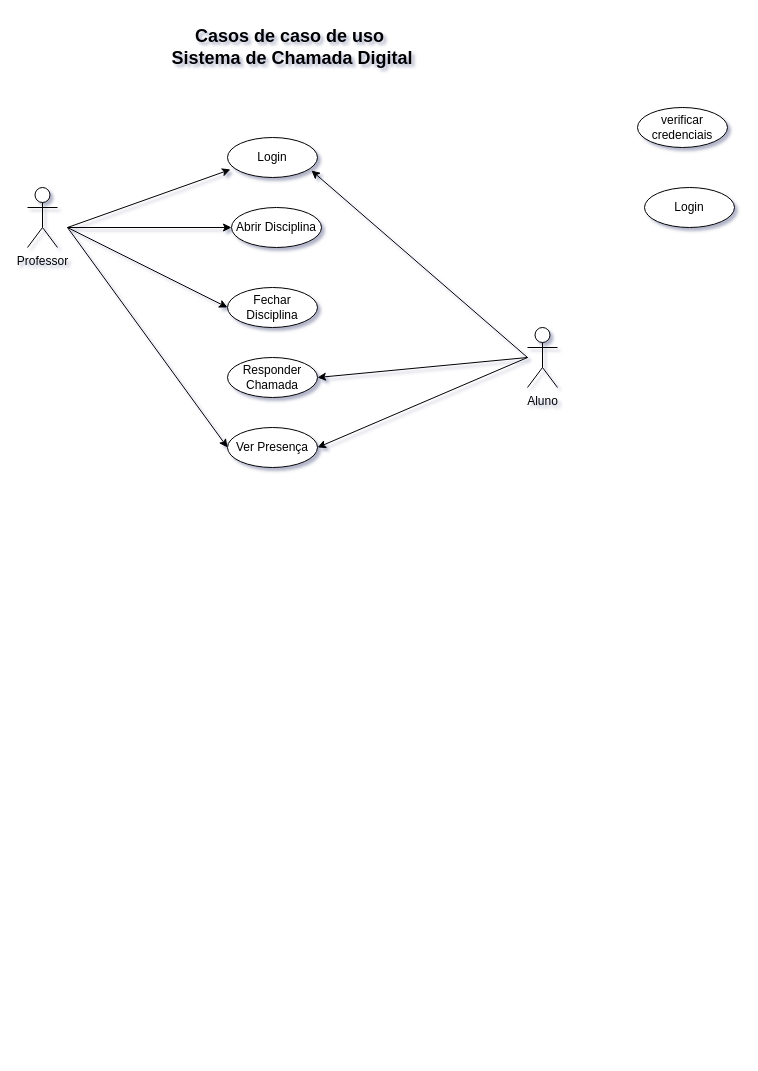
JeffersonHlc/Arq-de-Soft-II keeps this draw.io diagram as UsoDeCasoChamadaDigital.drawio. Above is the earlier version. Source tidied: cells renumbered, new cells numbered last; positions are measured from the earlier drawing's top-left corner, leaving out a move shared by most shapes. Both pictures are drawn from the tidied source at 100%, with x=0, y=0 at pixel (27, 17).
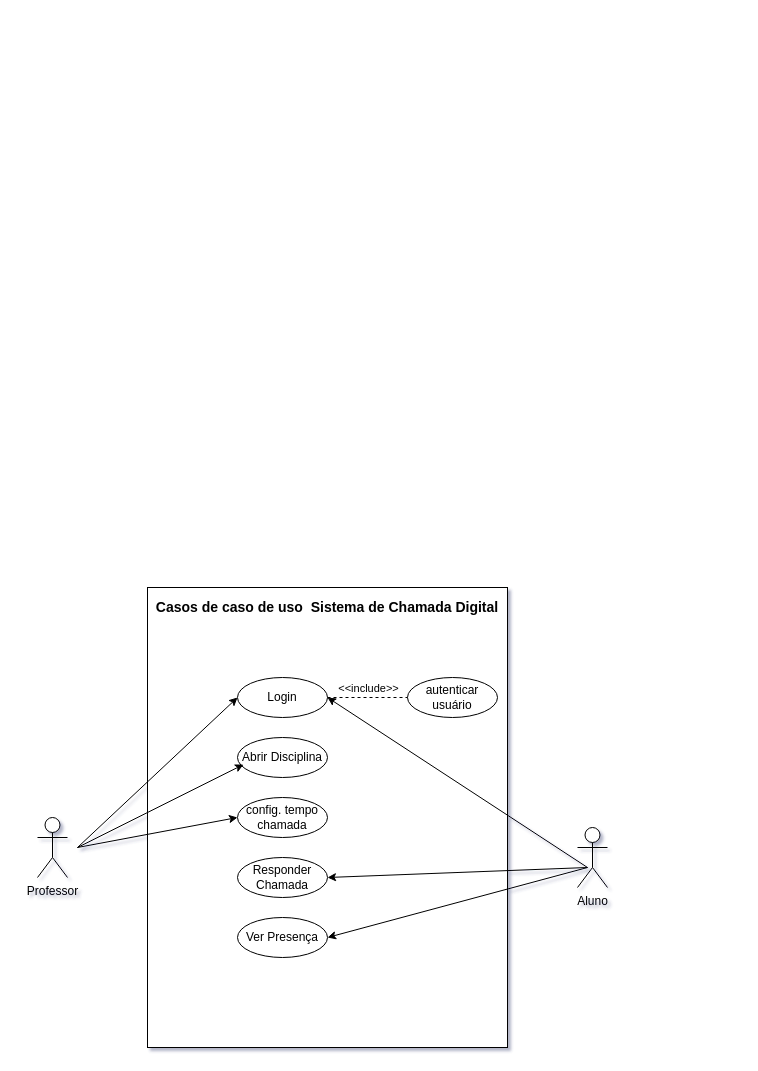
After the change.

What changed in the source:
```diff
@@
     <mxCell id="2" value="Professor" style="shape=umlActor;verticalLabelPosition=bottom;verticalAlign=top;html=1;" parent="1" vertex="1">
-      <mxGeometry y="170" width="30" height="60" as="geometry" />
+      <mxGeometry x="10" y="800" width="30" height="60" as="geometry" />
     </mxCell>
     <mxCell id="3" value="Aluno" style="shape=umlActor;verticalLabelPosition=bottom;verticalAlign=top;html=1;" parent="1" vertex="1">
-      <mxGeometry x="500" y="310" width="30" height="60" as="geometry" />
+      <mxGeometry x="550" y="810" width="30" height="60" as="geometry" />
     </mxCell>
-    <mxCell id="4" value="Login" style="ellipse;whiteSpace=wrap;html=1;" parent="1" vertex="1">
-      <mxGeometry x="200" y="120" width="90" height="40" as="geometry" />
-    </mxCell>
+    <mxCell id="19" style="rounded=0;whiteSpace=wrap;html=1;" parent="1" vertex="1">
+      <mxGeometry x="120" y="570" width="360" height="460" as="geometry" />
+    </mxCell>
+    <mxCell id="20" value="Login" style="ellipse;whiteSpace=wrap;html=1;" parent="1" vertex="1">
+      <mxGeometry x="210" y="660" width="90" height="40" as="geometry" />
+    </mxCell>
     <mxCell id="5" value="Abrir Disciplina" style="ellipse;whiteSpace=wrap;html=1;" parent="1" vertex="1">
-      <mxGeometry x="204" y="190" width="90" height="40" as="geometry" />
+      <mxGeometry x="210" y="720" width="90" height="40" as="geometry" />
     </mxCell>
-    <mxCell id="6" value="Fechar Disciplina" style="ellipse;whiteSpace=wrap;html=1;" parent="1" vertex="1">
-      <mxGeometry x="200" y="270" width="90" height="40" as="geometry" />
-    </mxCell>
+    <mxCell id="21" value="config. tempo chamada" style="ellipse;whiteSpace=wrap;html=1;" parent="1" vertex="1">
+      <mxGeometry x="210" y="780" width="90" height="40" as="geometry" />
+    </mxCell>
     <mxCell id="7" value="Responder Chamada" style="ellipse;whiteSpace=wrap;html=1;" parent="1" vertex="1">
-      <mxGeometry x="200" y="340" width="90" height="40" as="geometry" />
+      <mxGeometry x="210" y="840" width="90" height="40" as="geometry" />
     </mxCell>
     <mxCell id="8" value="Ver Presença" style="ellipse;whiteSpace=wrap;html=1;" parent="1" vertex="1">
-      <mxGeometry x="200" y="410" width="90" height="40" as="geometry" />
+      <mxGeometry x="210" y="900" width="90" height="40" as="geometry" />
     </mxCell>
-    <mxCell id="9" style="endArrow=classic;html=1;rounded=0;entryX=0.033;entryY=0.8;entryDx=0;entryDy=0;entryPerimeter=0;" parent="1" edge="1" target="4">
-      <mxGeometry relative="1" as="geometry">
-        <mxPoint x="40" y="210" as="sourcePoint" />
-      </mxGeometry>
-    </mxCell>
-    <mxCell id="10" style="endArrow=classic;html=1;rounded=0;entryX=0;entryY=0.5;entryDx=0;entryDy=0;" parent="1" edge="1" target="5">
-      <mxGeometry relative="1" as="geometry">
-        <mxPoint x="40" y="210" as="sourcePoint" />
-      </mxGeometry>
-    </mxCell>
-    <mxCell id="11" style="endArrow=classic;html=1;rounded=0;entryX=0;entryY=0.5;entryDx=0;entryDy=0;" parent="1" edge="1" target="6">
-      <mxGeometry relative="1" as="geometry">
-        <mxPoint x="40" y="210" as="sourcePoint" />
-      </mxGeometry>
-    </mxCell>
-    <mxCell id="12" style="endArrow=classic;html=1;rounded=0;entryX=0;entryY=0.5;entryDx=0;entryDy=0;" parent="1" edge="1" target="8">
-      <mxGeometry relative="1" as="geometry">
-        <mxPoint x="40" y="210" as="sourcePoint" />
-      </mxGeometry>
-    </mxCell>
-    <mxCell id="13" style="endArrow=classic;html=1;rounded=0;entryX=1;entryY=0.5;entryDx=0;entryDy=0;" parent="1" edge="1" target="7">
-      <mxGeometry relative="1" as="geometry">
-        <mxPoint x="500" y="340" as="sourcePoint" />
-      </mxGeometry>
-    </mxCell>
-    <mxCell id="14" style="endArrow=classic;html=1;rounded=0;entryX=1;entryY=0.5;entryDx=0;entryDy=0;" parent="1" edge="1" target="8">
-      <mxGeometry relative="1" as="geometry">
-        <mxPoint x="500" y="340" as="sourcePoint" />
-      </mxGeometry>
-    </mxCell>
-    <mxCell id="15" value="&lt;b&gt;&lt;font style=&quot;font-size: 18px;&quot;&gt;Casos de caso de uso&amp;nbsp; Sistema de Chamada Digital&lt;/font&gt;&lt;/b&gt;" style="text;html=1;align=center;verticalAlign=middle;whiteSpace=wrap;rounded=0;" parent="1" vertex="1">
-      <mxGeometry x="130" width="270" height="60" as="geometry" />
+    <mxCell id="15" value="&lt;b&gt;&lt;font style=&quot;font-size: 14px;&quot;&gt;Casos de caso de uso&amp;nbsp; Sistema de Chamada Digital&lt;/font&gt;&lt;/b&gt;" style="text;html=1;align=center;verticalAlign=middle;whiteSpace=wrap;rounded=0;" parent="1" vertex="1">
+      <mxGeometry x="120" y="560" width="360" height="60" as="geometry" />
     </mxCell>
-    <mxCell id="16" value="verificar credenciais" style="ellipse;whiteSpace=wrap;html=1;" parent="1" vertex="1">
-      <mxGeometry x="610" y="90" width="90" height="40" as="geometry" />
-    </mxCell>
-    <mxCell id="17" value="Login" style="ellipse;whiteSpace=wrap;html=1;" parent="1" vertex="1">
-      <mxGeometry x="617" y="170" width="90" height="40" as="geometry" />
-    </mxCell>
-    <mxCell id="18" style="endArrow=classic;html=1;rounded=0;entryX=0.933;entryY=0.825;entryDx=0;entryDy=0;entryPerimeter=0;" parent="1" edge="1" target="4">
-      <mxGeometry relative="1" as="geometry">
-        <mxPoint x="500" y="340" as="sourcePoint" />
-      </mxGeometry>
-    </mxCell>
+    <mxCell id="22" style="endArrow=classic;html=1;rounded=0;entryX=0;entryY=0.5;entryDx=0;entryDy=0;" parent="1" edge="1" target="20">
+      <mxGeometry relative="1" as="geometry">
+        <mxPoint x="50" y="830" as="sourcePoint" />
+      </mxGeometry>
+    </mxCell>
+    <mxCell id="23" style="endArrow=classic;html=1;rounded=0;entryX=0.067;entryY=0.675;entryDx=0;entryDy=0;entryPerimeter=0;" parent="1" edge="1" target="5">
+      <mxGeometry relative="1" as="geometry">
+        <mxPoint x="50" y="830" as="sourcePoint" />
+      </mxGeometry>
+    </mxCell>
+    <mxCell id="24" style="endArrow=classic;html=1;rounded=0;entryX=0;entryY=0.5;entryDx=0;entryDy=0;" parent="1" edge="1" target="21">
+      <mxGeometry relative="1" as="geometry">
+        <mxPoint x="50" y="830" as="sourcePoint" />
+      </mxGeometry>
+    </mxCell>
+    <mxCell id="25" style="endArrow=classic;html=1;rounded=0;entryX=1;entryY=0.5;entryDx=0;entryDy=0;" parent="1" edge="1" target="8">
+      <mxGeometry relative="1" as="geometry">
+        <mxPoint x="560" y="850" as="sourcePoint" />
+      </mxGeometry>
+    </mxCell>
+    <mxCell id="26" style="endArrow=classic;html=1;rounded=0;entryX=1;entryY=0.5;entryDx=0;entryDy=0;" parent="1" edge="1" target="20">
+      <mxGeometry relative="1" as="geometry">
+        <mxPoint x="560" y="850" as="sourcePoint" />
+      </mxGeometry>
+    </mxCell>
+    <mxCell id="27" style="endArrow=classic;html=1;rounded=0;entryX=1;entryY=0.5;entryDx=0;entryDy=0;" parent="1" edge="1" target="7">
+      <mxGeometry relative="1" as="geometry">
+        <mxPoint x="560" y="850" as="sourcePoint" />
+      </mxGeometry>
+    </mxCell>
+    <mxCell id="28" value="autenticar usuário" style="ellipse;whiteSpace=wrap;html=1;" parent="1" vertex="1">
+      <mxGeometry x="380" y="660" width="90" height="40" as="geometry" />
+    </mxCell>
+    <mxCell id="29" style="endArrow=none;html=1;rounded=0;exitX=1;exitY=0.5;exitDx=0;exitDy=0;shadow=0;dashed=1;" parent="1" edge="1" source="20" target="28">
+      <mxGeometry relative="1" as="geometry" />
+    </mxCell>
+    <mxCell id="30" value="&amp;lt;&amp;lt;include&amp;gt;&amp;gt;" style="edgeLabel;html=1;align=center;verticalAlign=middle;" parent="29" vertex="1">
+      <mxGeometry x="0.37" relative="1" as="geometry">
+        <mxPoint x="-15" y="-10" as="offset" />
+      </mxGeometry>
+    </mxCell>
```
